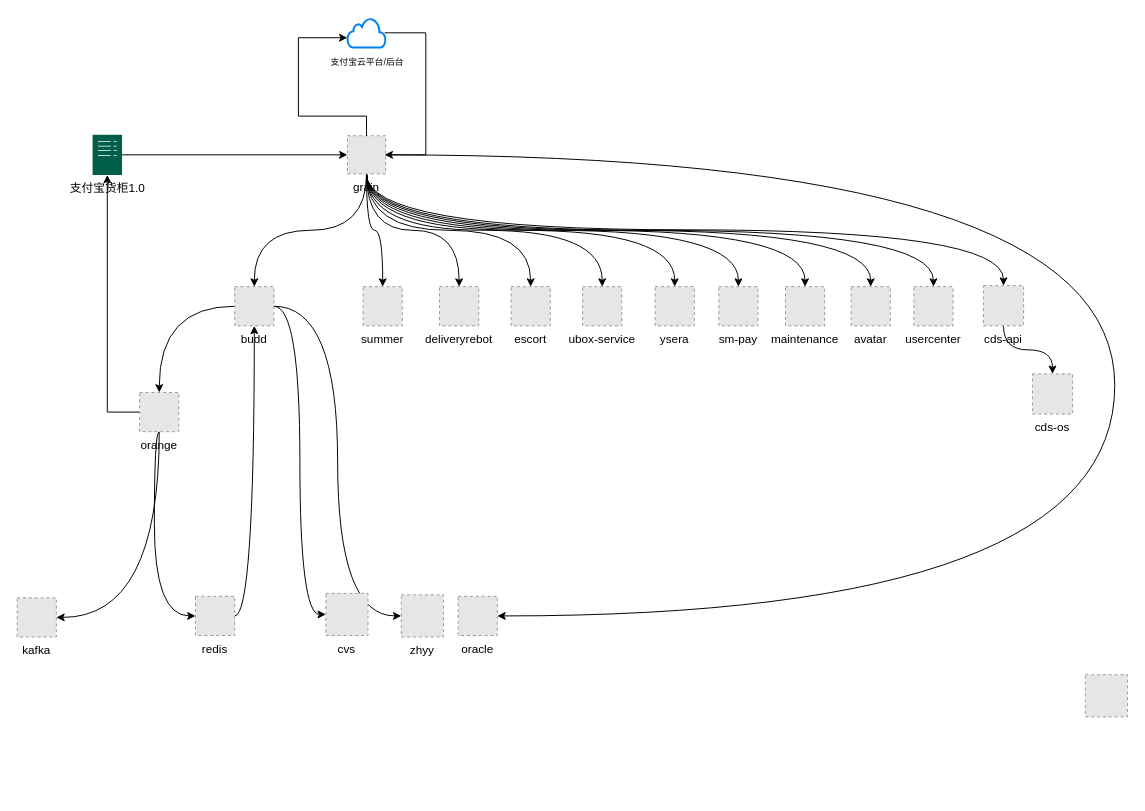
The draw.io diagram 未命名绘图.drawio in LHFA/draw, before the edit. Source tidied: cells renumbered, new cells numbered last; positions are measured from the earlier drawing's top-left corner, leaving out a move shared by most shapes. Both pictures are drawn from the tidied source at 98%, with x=0, y=0 at pixel (17, 18). Pictures stored in the file or linked from it are replaced by grey dashed boxes.
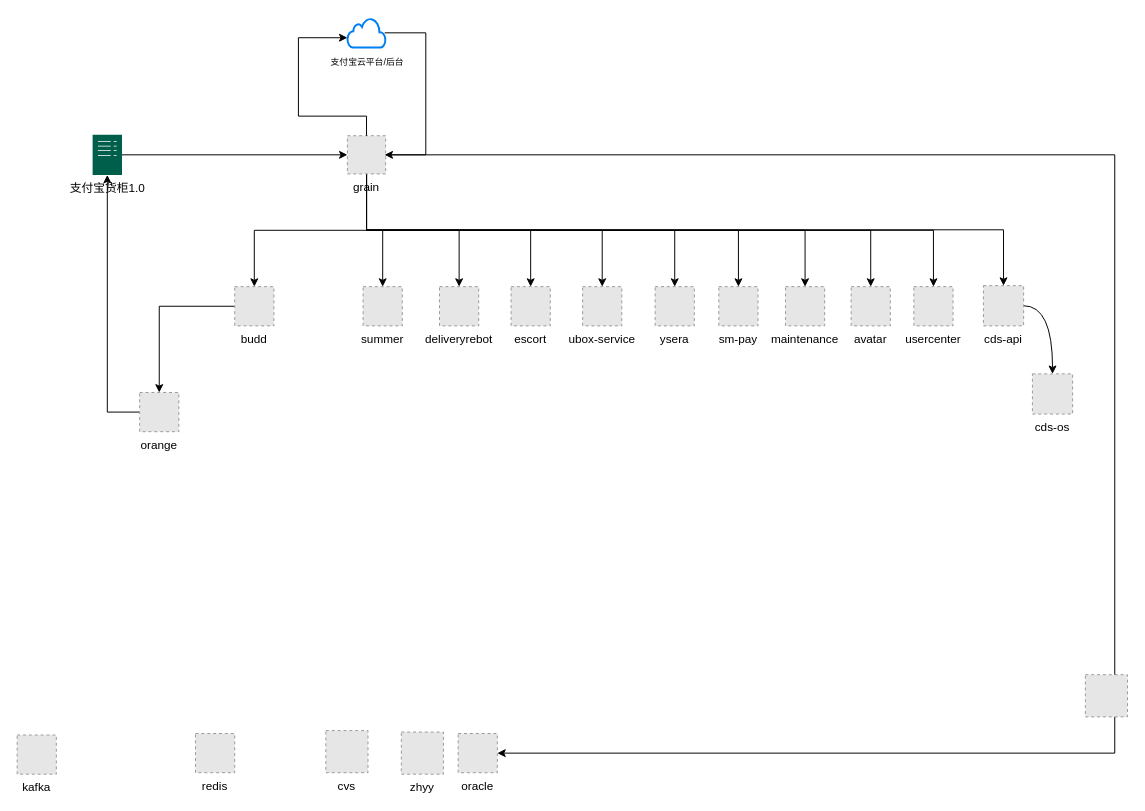
The same page after the edit.

Commit message:
更新未命名绘图.drawio

The change refers to these unchanged cells:
```xml
<mxCell id="14" value="grain" style="fillColor=#E6E6E6;strokeColor=#999999;dashed=1;verticalLabelPosition=bottom;verticalAlign=top;" parent="1" vertex="1">
  <mxGeometry x="337" y="120" width="39" height="39" as="geometry" />
</mxCell>
<mxCell id="17" value="maintenance" style="fillColor=#E6E6E6;strokeColor=#999999;dashed=1;verticalLabelPosition=bottom;verticalAlign=top;" parent="1" vertex="1">
  <mxGeometry x="784" y="274" width="40" height="40" as="geometry" />
</mxCell>
<mxCell id="27" value="budd" style="fillColor=#E6E6E6;strokeColor=#999999;dashed=1;verticalLabelPosition=bottom;verticalAlign=top;" parent="1" vertex="1">
  <mxGeometry x="222" y="274" width="40" height="40" as="geometry" />
</mxCell>
<mxCell id="31" value="orange" style="fillColor=#E6E6E6;strokeColor=#999999;dashed=1;verticalLabelPosition=bottom;verticalAlign=top;" parent="1" vertex="1">
  <mxGeometry x="125" y="382" width="40" height="40" as="geometry" />
</mxCell>
<mxCell id="33" value="summer" style="fillColor=#E6E6E6;strokeColor=#999999;dashed=1;verticalLabelPosition=bottom;verticalAlign=top;" parent="1" vertex="1">
  <mxGeometry x="353" y="274" width="40" height="40" as="geometry" />
</mxCell>
<mxCell id="34" value="escort" style="fillColor=#E6E6E6;strokeColor=#999999;dashed=1;verticalLabelPosition=bottom;verticalAlign=top;" parent="1" vertex="1">
  <mxGeometry x="504" y="274" width="40" height="40" as="geometry" />
</mxCell>
<mxCell id="35" value="avatar" style="fillColor=#E6E6E6;strokeColor=#999999;dashed=1;verticalLabelPosition=bottom;verticalAlign=top;" parent="1" vertex="1">
  <mxGeometry x="851" y="274" width="40" height="40" as="geometry" />
</mxCell>
<mxCell id="36" value="ubox-service" style="fillColor=#E6E6E6;strokeColor=#999999;dashed=1;verticalLabelPosition=bottom;verticalAlign=top;" parent="1" vertex="1">
  <mxGeometry x="577" y="274" width="40" height="40" as="geometry" />
</mxCell>
<mxCell id="37" value="deliveryrebot" style="fillColor=#E6E6E6;strokeColor=#999999;dashed=1;verticalLabelPosition=bottom;verticalAlign=top;" parent="1" vertex="1">
  <mxGeometry x="431" y="274" width="40" height="40" as="geometry" />
</mxCell>
<mxCell id="38" value="sm-pay" style="fillColor=#E6E6E6;strokeColor=#999999;dashed=1;verticalLabelPosition=bottom;verticalAlign=top;" parent="1" vertex="1">
  <mxGeometry x="716" y="274" width="40" height="40" as="geometry" />
</mxCell>
<mxCell id="39" value="ysera" style="fillColor=#E6E6E6;strokeColor=#999999;dashed=1;verticalLabelPosition=bottom;verticalAlign=top;" parent="1" vertex="1">
  <mxGeometry x="651" y="274" width="40" height="40" as="geometry" />
</mxCell>
<mxCell id="40" value="usercenter" style="fillColor=#E6E6E6;strokeColor=#999999;dashed=1;verticalLabelPosition=bottom;verticalAlign=top;" parent="1" vertex="1">
  <mxGeometry x="915" y="274" width="40" height="40" as="geometry" />
</mxCell>
<mxCell id="45" value="cds-api" style="fillColor=#E6E6E6;strokeColor=#999999;dashed=1;verticalLabelPosition=bottom;verticalAlign=top;" parent="1" vertex="1">
  <mxGeometry x="986" y="273" width="41" height="41" as="geometry" />
</mxCell>
<mxCell id="46" value="cds-os" style="fillColor=#E6E6E6;strokeColor=#999999;dashed=1;verticalLabelPosition=bottom;verticalAlign=top;" parent="1" vertex="1">
  <mxGeometry x="1036" y="363" width="41" height="41" as="geometry" />
</mxCell>
```

What changed in the source:
```diff
@@
-    <mxCell id="2" style="edgeStyle=orthogonalEdgeStyle;curved=1;rounded=0;jettySize=auto;html=1;exitX=0.5;exitY=1;exitDx=0;exitDy=0;" parent="1" edge="1" source="14" target="27">
+    <mxCell id="2" style="edgeStyle=orthogonalEdgeStyle;rounded=0;jettySize=auto;html=1;exitX=0.5;exitY=1;exitDx=0;exitDy=0;" parent="1" edge="1" source="14" target="27">
       <mxGeometry relative="1" as="geometry" />
     </mxCell>
-    <mxCell id="3" style="edgeStyle=orthogonalEdgeStyle;curved=1;rounded=0;jettySize=auto;html=1;exitX=0.5;exitY=1;exitDx=0;exitDy=0;entryX=0.5;entryY=0;entryDx=0;entryDy=0;" parent="1" edge="1" source="14" target="33">
+    <mxCell id="3" style="edgeStyle=orthogonalEdgeStyle;rounded=0;jettySize=auto;html=1;exitX=0.5;exitY=1;exitDx=0;exitDy=0;entryX=0.5;entryY=0;entryDx=0;entryDy=0;" parent="1" edge="1" source="14" target="33">
       <mxGeometry relative="1" as="geometry" />
     </mxCell>
-    <mxCell id="4" style="edgeStyle=orthogonalEdgeStyle;curved=1;rounded=0;jettySize=auto;html=1;exitX=0.5;exitY=1;exitDx=0;exitDy=0;" parent="1" edge="1" source="14" target="37">
+    <mxCell id="4" style="edgeStyle=orthogonalEdgeStyle;rounded=0;jettySize=auto;html=1;exitX=0.5;exitY=1;exitDx=0;exitDy=0;" parent="1" edge="1" source="14" target="37">
       <mxGeometry relative="1" as="geometry" />
     </mxCell>
-    <mxCell id="5" style="edgeStyle=orthogonalEdgeStyle;curved=1;rounded=0;jettySize=auto;html=1;exitX=0.5;exitY=1;exitDx=0;exitDy=0;entryX=0.5;entryY=0;entryDx=0;entryDy=0;" parent="1" edge="1" source="14" target="34">
+    <mxCell id="5" style="edgeStyle=orthogonalEdgeStyle;rounded=0;jettySize=auto;html=1;exitX=0.5;exitY=1;exitDx=0;exitDy=0;entryX=0.5;entryY=0;entryDx=0;entryDy=0;" parent="1" edge="1" source="14" target="34">
       <mxGeometry relative="1" as="geometry" />
     </mxCell>
-    <mxCell id="6" style="edgeStyle=orthogonalEdgeStyle;curved=1;rounded=0;jettySize=auto;html=1;exitX=0.5;exitY=1;exitDx=0;exitDy=0;entryX=0.5;entryY=0;entryDx=0;entryDy=0;" parent="1" edge="1" source="14" target="36">
+    <mxCell id="6" style="edgeStyle=orthogonalEdgeStyle;rounded=0;jettySize=auto;html=1;exitX=0.5;exitY=1;exitDx=0;exitDy=0;entryX=0.5;entryY=0;entryDx=0;entryDy=0;" parent="1" edge="1" source="14" target="36">
       <mxGeometry relative="1" as="geometry" />
     </mxCell>
-    <mxCell id="7" style="edgeStyle=orthogonalEdgeStyle;curved=1;rounded=0;jettySize=auto;html=1;exitX=0.5;exitY=1;exitDx=0;exitDy=0;entryX=0.5;entryY=0;entryDx=0;entryDy=0;" parent="1" edge="1" source="14" target="39">
+    <mxCell id="7" style="edgeStyle=orthogonalEdgeStyle;rounded=0;jettySize=auto;html=1;exitX=0.5;exitY=1;exitDx=0;exitDy=0;entryX=0.5;entryY=0;entryDx=0;entryDy=0;" parent="1" edge="1" source="14" target="39">
       <mxGeometry relative="1" as="geometry" />
     </mxCell>
-    <mxCell id="8" style="edgeStyle=orthogonalEdgeStyle;curved=1;rounded=0;jettySize=auto;html=1;exitX=0.5;exitY=1;exitDx=0;exitDy=0;" parent="1" edge="1" source="14" target="38">
+    <mxCell id="8" style="edgeStyle=orthogonalEdgeStyle;rounded=0;jettySize=auto;html=1;exitX=0.5;exitY=1;exitDx=0;exitDy=0;" parent="1" edge="1" source="14" target="38">
       <mxGeometry relative="1" as="geometry" />
     </mxCell>
-    <mxCell id="9" style="edgeStyle=orthogonalEdgeStyle;curved=1;rounded=0;jettySize=auto;html=1;exitX=0.5;exitY=1;exitDx=0;exitDy=0;entryX=0.5;entryY=0;entryDx=0;entryDy=0;" parent="1" edge="1" source="14" target="35">
+    <mxCell id="9" style="edgeStyle=orthogonalEdgeStyle;rounded=0;jettySize=auto;html=1;exitX=0.5;exitY=1;exitDx=0;exitDy=0;entryX=0.5;entryY=0;entryDx=0;entryDy=0;" parent="1" edge="1" source="14" target="35">
       <mxGeometry relative="1" as="geometry" />
     </mxCell>
-    <mxCell id="10" style="edgeStyle=orthogonalEdgeStyle;curved=1;rounded=0;jettySize=auto;html=1;exitX=0.5;exitY=1;exitDx=0;exitDy=0;entryX=0.5;entryY=0;entryDx=0;entryDy=0;" parent="1" edge="1" source="14" target="40">
+    <mxCell id="10" style="edgeStyle=orthogonalEdgeStyle;rounded=0;jettySize=auto;html=1;exitX=0.5;exitY=1;exitDx=0;exitDy=0;entryX=0.5;entryY=0;entryDx=0;entryDy=0;" parent="1" edge="1" source="14" target="40">
       <mxGeometry relative="1" as="geometry" />
     </mxCell>
-    <mxCell id="11" style="edgeStyle=orthogonalEdgeStyle;curved=1;rounded=0;jettySize=auto;html=1;exitX=0.5;exitY=1;exitDx=0;exitDy=0;" parent="1" edge="1" source="14" target="17">
+    <mxCell id="11" style="edgeStyle=orthogonalEdgeStyle;rounded=0;jettySize=auto;html=1;exitX=0.5;exitY=1;exitDx=0;exitDy=0;" parent="1" edge="1" source="14" target="17">
       <mxGeometry relative="1" as="geometry" />
     </mxCell>
-    <mxCell id="12" style="edgeStyle=orthogonalEdgeStyle;curved=1;rounded=0;jettySize=auto;html=1;exitX=0.5;exitY=1;exitDx=0;exitDy=0;entryX=0.5;entryY=0;entryDx=0;entryDy=0;" parent="1" edge="1" source="14" target="45">
+    <mxCell id="12" style="edgeStyle=orthogonalEdgeStyle;rounded=0;jettySize=auto;html=1;exitX=0.5;exitY=1;exitDx=0;exitDy=0;entryX=0.5;entryY=0;entryDx=0;entryDy=0;" parent="1" edge="1" source="14" target="45">
       <mxGeometry relative="1" as="geometry" />
     </mxCell>
-    <mxCell id="13" style="edgeStyle=orthogonalEdgeStyle;curved=1;rounded=0;jettySize=auto;html=1;exitX=1;exitY=0.5;exitDx=0;exitDy=0;entryX=1;entryY=0.5;entryDx=0;entryDy=0;" parent="1" edge="1" source="14" target="41">
+    <mxCell id="13" style="edgeStyle=orthogonalEdgeStyle;rounded=0;jettySize=auto;html=1;exitX=1;exitY=0.5;exitDx=0;exitDy=0;entryX=1;entryY=0.5;entryDx=0;entryDy=0;" parent="1" edge="1" source="14" target="41">
       <mxGeometry relative="1" as="geometry">
         <Array as="points">
           <mxPoint x="1120" y="140" />
-          <mxPoint x="1120" y="610" />
+          <mxPoint x="1120" y="750" />
         </Array>
       </mxGeometry>
     </mxCell>
@@
-    <mxCell id="18" style="edgeStyle=orthogonalEdgeStyle;curved=1;rounded=0;jettySize=auto;html=1;exitX=1;exitY=0.5;exitDx=0;exitDy=0;entryX=0.5;entryY=1;entryDx=0;entryDy=0;" parent="1" edge="1" source="19" target="27">
-      <mxGeometry relative="1" as="geometry" />
-    </mxCell>
     <mxCell id="19" value="redis" style="fillColor=#E6E6E6;strokeColor=#999999;dashed=1;verticalLabelPosition=bottom;verticalAlign=top;" parent="1" vertex="1">
-      <mxGeometry x="182" y="590" width="40" height="40" as="geometry" />
+      <mxGeometry x="182" y="730" width="40" height="40" as="geometry" />
     </mxCell>
     <mxCell id="20" value="kafka" style="fillColor=#E6E6E6;strokeColor=#999999;dashed=1;verticalLabelPosition=bottom;verticalAlign=top;" parent="1" vertex="1">
-      <mxGeometry y="591.5" width="40" height="40" as="geometry" />
+      <mxGeometry y="731.5" width="40" height="40" as="geometry" />
     </mxCell>
@@
-    <mxCell id="24" style="edgeStyle=orthogonalEdgeStyle;curved=1;rounded=0;jettySize=auto;html=1;" parent="1" edge="1" source="27" target="31">
+    <mxCell id="24" style="edgeStyle=orthogonalEdgeStyle;rounded=0;jettySize=auto;html=1;" parent="1" edge="1" source="27" target="31">
       <mxGeometry relative="1" as="geometry" />
     </mxCell>
-    <mxCell id="25" style="edgeStyle=orthogonalEdgeStyle;curved=1;rounded=0;jettySize=auto;html=1;exitX=1;exitY=0.5;exitDx=0;exitDy=0;entryX=0;entryY=0.5;entryDx=0;entryDy=0;" parent="1" edge="1" source="27" target="43">
-      <mxGeometry relative="1" as="geometry" />
-    </mxCell>
-    <mxCell id="26" style="edgeStyle=orthogonalEdgeStyle;curved=1;rounded=0;jettySize=auto;html=1;exitX=1;exitY=0.5;exitDx=0;exitDy=0;entryX=0;entryY=0.5;entryDx=0;entryDy=0;" parent="1" edge="1" source="27" target="42">
-      <mxGeometry relative="1" as="geometry" />
-    </mxCell>
@@
-    <mxCell id="29" style="edgeStyle=orthogonalEdgeStyle;curved=1;rounded=0;jettySize=auto;html=1;exitX=0.5;exitY=1;exitDx=0;exitDy=0;entryX=0;entryY=0.5;entryDx=0;entryDy=0;" parent="1" edge="1" source="31" target="19">
-      <mxGeometry relative="1" as="geometry">
-        <Array as="points">
-          <mxPoint x="140" y="422" />
-          <mxPoint x="140" y="610" />
-        </Array>
-      </mxGeometry>
-    </mxCell>
-    <mxCell id="30" style="edgeStyle=orthogonalEdgeStyle;curved=1;rounded=0;jettySize=auto;html=1;exitX=0.5;exitY=1;exitDx=0;exitDy=0;entryX=1;entryY=0.5;entryDx=0;entryDy=0;" parent="1" edge="1" source="31" target="20">
-      <mxGeometry relative="1" as="geometry" />
-    </mxCell>
@@
     <mxCell id="41" value="oracle" style="fillColor=#E6E6E6;strokeColor=#999999;dashed=1;verticalLabelPosition=bottom;verticalAlign=top;" parent="1" vertex="1">
-      <mxGeometry x="450" y="590" width="40" height="40" as="geometry" />
+      <mxGeometry x="450" y="730" width="40" height="40" as="geometry" />
     </mxCell>
     <mxCell id="42" value="zhyy" style="fillColor=#E6E6E6;strokeColor=#999999;dashed=1;verticalLabelPosition=bottom;verticalAlign=top;" parent="1" vertex="1">
-      <mxGeometry x="392" y="588.5" width="43" height="43" as="geometry" />
+      <mxGeometry x="392" y="728.5" width="43" height="43" as="geometry" />
     </mxCell>
     <mxCell id="43" value="cvs" style="fillColor=#E6E6E6;strokeColor=#999999;dashed=1;verticalLabelPosition=bottom;verticalAlign=top;" parent="1" vertex="1">
-      <mxGeometry x="315" y="587" width="43" height="43" as="geometry" />
+      <mxGeometry x="315" y="727" width="43" height="43" as="geometry" />
     </mxCell>
-    <mxCell id="44" style="edgeStyle=orthogonalEdgeStyle;curved=1;rounded=0;jettySize=auto;html=1;exitX=0.5;exitY=1;exitDx=0;exitDy=0;entryX=0.5;entryY=0;entryDx=0;entryDy=0;" parent="1" edge="1" source="45" target="46">
+    <mxCell id="44" style="edgeStyle=orthogonalEdgeStyle;curved=1;rounded=0;jettySize=auto;html=1;exitX=1;exitY=0.5;exitDx=0;exitDy=0;" parent="1" edge="1" source="45" target="46">
       <mxGeometry relative="1" as="geometry" />
     </mxCell>
```
